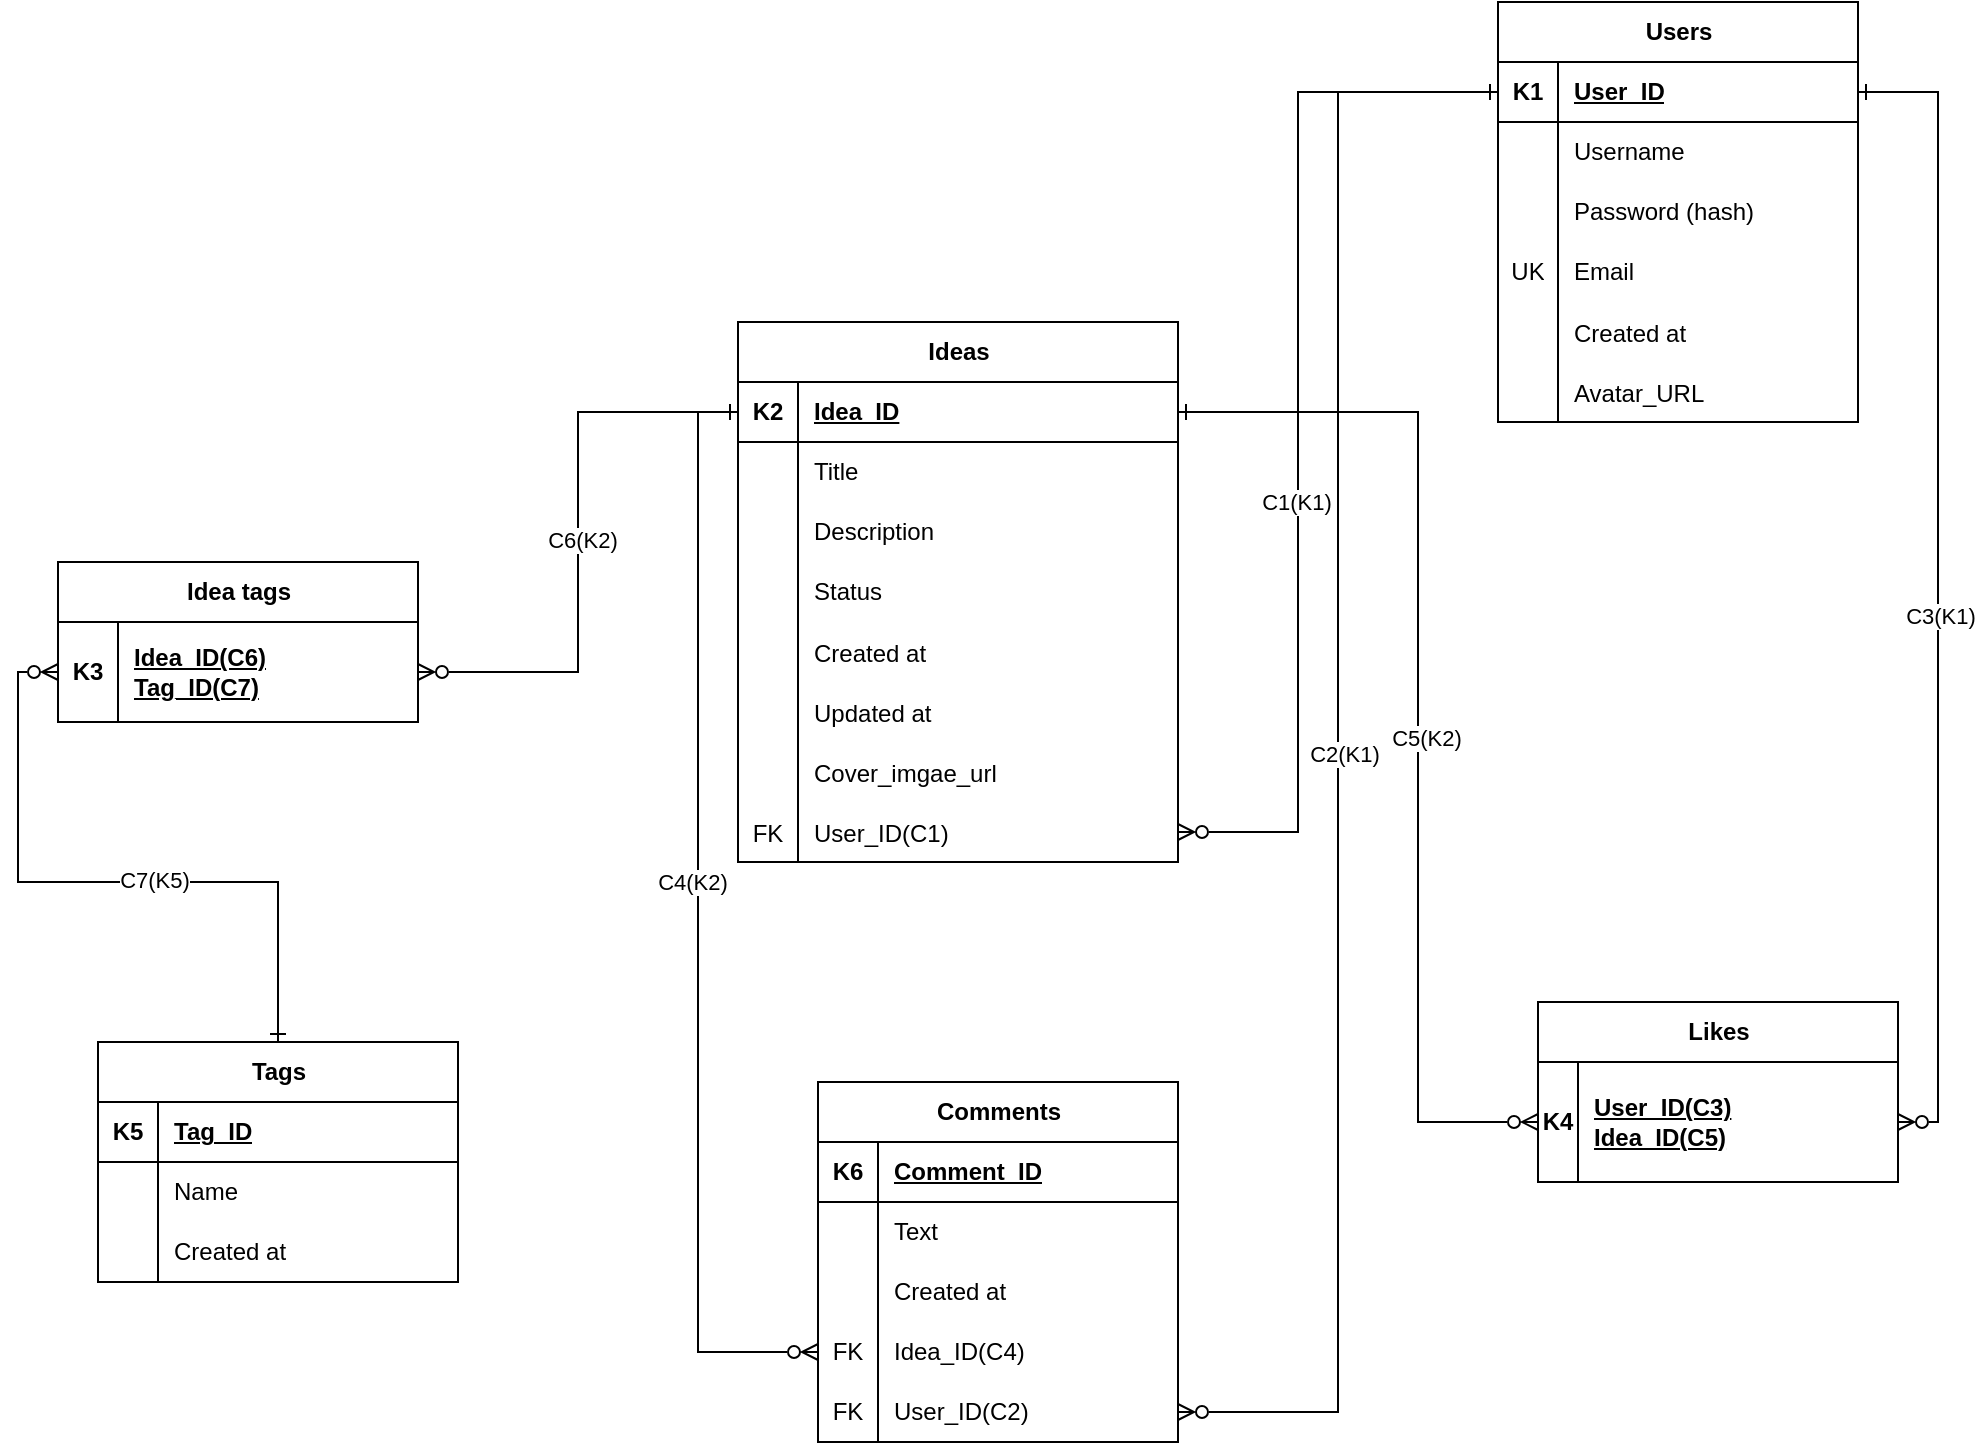
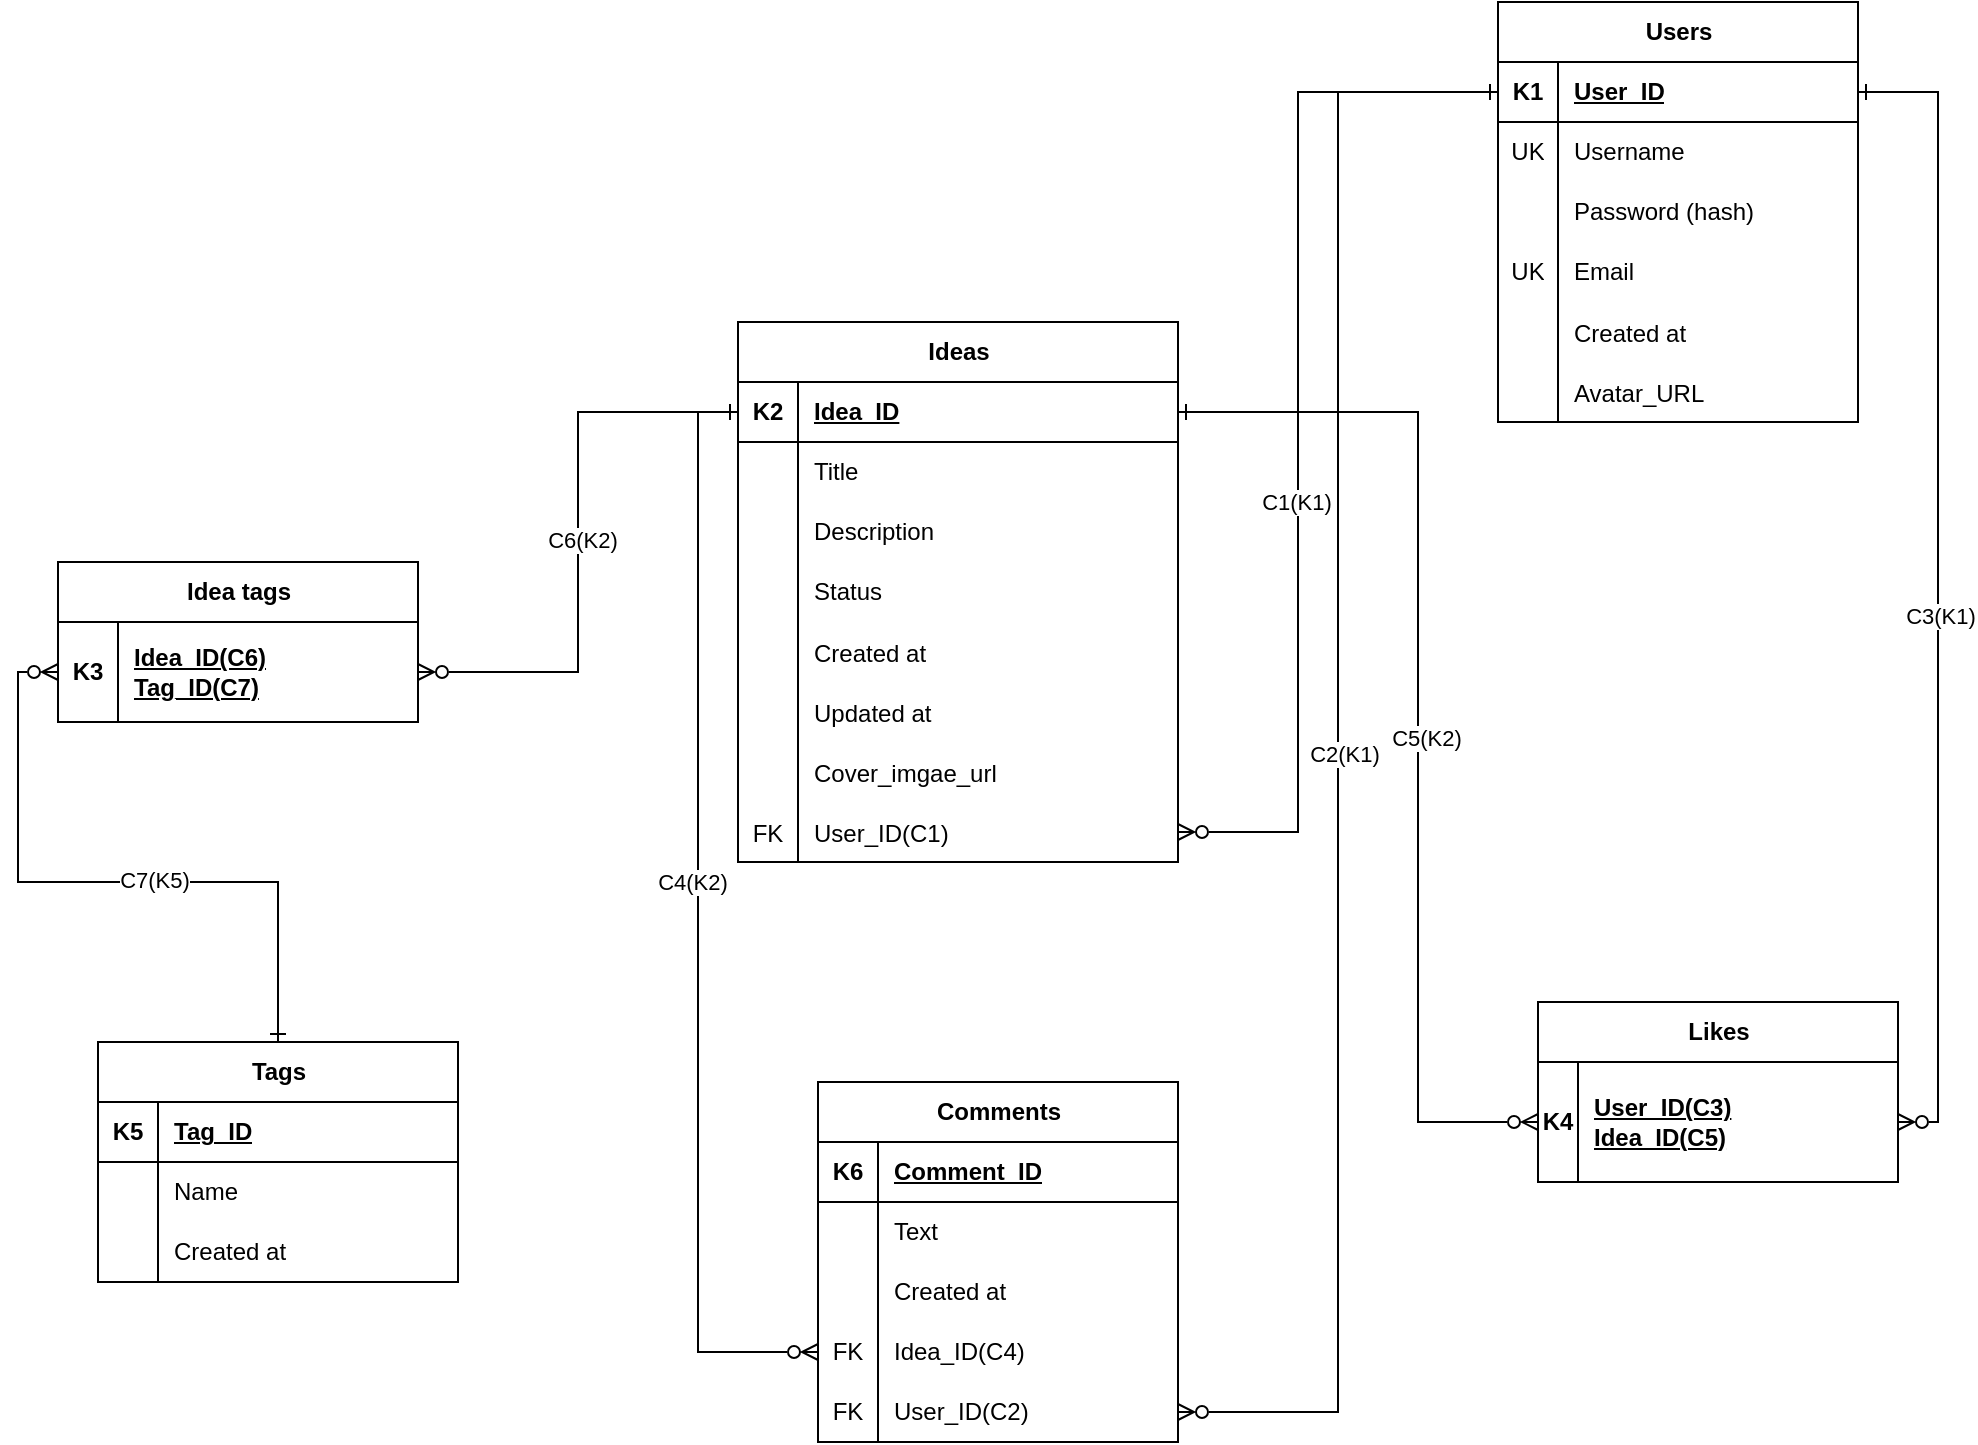
<mxfile host="app.diagrams.net" agent="Mozilla/5.0 (Windows NT 10.0; Win64; x64) AppleWebKit/537.36 (KHTML, like Gecko) Chrome/147.0.0.0 Safari/537.36" version="29.2.9">
  <diagram name="Страница-1" id="KUxmeBA0EKT-fJyrQFCY">
    <mxGraphModel dx="1603" dy="971" grid="1" gridSize="10" guides="1" tooltips="1" connect="1" arrows="1" fold="1" page="1" pageScale="1" pageWidth="4681" pageHeight="3300" math="0" shadow="0">
      <root>
        <mxCell id="0" />
        <mxCell id="1" parent="0" />
        <mxCell id="cc3s2YySv9t79K7tSXIm-1" parent="1" style="shape=table;startSize=30;container=1;collapsible=1;childLayout=tableLayout;fixedRows=1;rowLines=0;fontStyle=1;align=center;resizeLast=1;html=1;" value="Users" vertex="1">
          <mxGeometry height="210" width="180" x="1680" y="470" as="geometry" />
        </mxCell>
        <mxCell id="cc3s2YySv9t79K7tSXIm-2" parent="cc3s2YySv9t79K7tSXIm-1" style="shape=tableRow;horizontal=0;startSize=0;swimlaneHead=0;swimlaneBody=0;fillColor=none;collapsible=0;dropTarget=0;points=[[0,0.5],[1,0.5]];portConstraint=eastwest;top=0;left=0;right=0;bottom=1;" value="" vertex="1">
          <mxGeometry height="30" width="180" y="30" as="geometry" />
        </mxCell>
        <mxCell id="cc3s2YySv9t79K7tSXIm-3" parent="cc3s2YySv9t79K7tSXIm-2" style="shape=partialRectangle;connectable=0;fillColor=none;top=0;left=0;bottom=0;right=0;fontStyle=1;overflow=hidden;whiteSpace=wrap;html=1;" value="K1" vertex="1">
          <mxGeometry height="30" width="30" as="geometry">
            <mxRectangle height="30" width="30" as="alternateBounds" />
          </mxGeometry>
        </mxCell>
        <mxCell id="cc3s2YySv9t79K7tSXIm-4" parent="cc3s2YySv9t79K7tSXIm-2" style="shape=partialRectangle;connectable=0;fillColor=none;top=0;left=0;bottom=0;right=0;align=left;spacingLeft=6;fontStyle=5;overflow=hidden;whiteSpace=wrap;html=1;" value="User_ID" vertex="1">
          <mxGeometry height="30" width="150" x="30" as="geometry">
            <mxRectangle height="30" width="150" as="alternateBounds" />
          </mxGeometry>
        </mxCell>
        <mxCell id="cc3s2YySv9t79K7tSXIm-5" parent="cc3s2YySv9t79K7tSXIm-1" style="shape=tableRow;horizontal=0;startSize=0;swimlaneHead=0;swimlaneBody=0;fillColor=none;collapsible=0;dropTarget=0;points=[[0,0.5],[1,0.5]];portConstraint=eastwest;top=0;left=0;right=0;bottom=0;" value="" vertex="1">
          <mxGeometry height="30" width="180" y="60" as="geometry" />
        </mxCell>
-         <mxCell id="cc3s2YySv9t79K7tSXIm-6" parent="cc3s2YySv9t79K7tSXIm-5" style="shape=partialRectangle;connectable=0;fillColor=none;top=0;left=0;bottom=0;right=0;editable=1;overflow=hidden;whiteSpace=wrap;html=1;" value="" vertex="1">
+         <mxCell id="cc3s2YySv9t79K7tSXIm-6" parent="cc3s2YySv9t79K7tSXIm-5" style="shape=partialRectangle;connectable=0;fillColor=none;top=0;left=0;bottom=0;right=0;editable=1;overflow=hidden;whiteSpace=wrap;html=1;" value="UK" vertex="1">
          <mxGeometry height="30" width="30" as="geometry">
            <mxRectangle height="30" width="30" as="alternateBounds" />
          </mxGeometry>
        </mxCell>
        <mxCell id="cc3s2YySv9t79K7tSXIm-7" parent="cc3s2YySv9t79K7tSXIm-5" style="shape=partialRectangle;connectable=0;fillColor=none;top=0;left=0;bottom=0;right=0;align=left;spacingLeft=6;overflow=hidden;whiteSpace=wrap;html=1;" value="Username" vertex="1">
          <mxGeometry height="30" width="150" x="30" as="geometry">
            <mxRectangle height="30" width="150" as="alternateBounds" />
          </mxGeometry>
        </mxCell>
        <mxCell id="cc3s2YySv9t79K7tSXIm-8" parent="cc3s2YySv9t79K7tSXIm-1" style="shape=tableRow;horizontal=0;startSize=0;swimlaneHead=0;swimlaneBody=0;fillColor=none;collapsible=0;dropTarget=0;points=[[0,0.5],[1,0.5]];portConstraint=eastwest;top=0;left=0;right=0;bottom=0;" value="" vertex="1">
          <mxGeometry height="30" width="180" y="90" as="geometry" />
        </mxCell>
        <mxCell id="cc3s2YySv9t79K7tSXIm-9" parent="cc3s2YySv9t79K7tSXIm-8" style="shape=partialRectangle;connectable=0;fillColor=none;top=0;left=0;bottom=0;right=0;editable=1;overflow=hidden;whiteSpace=wrap;html=1;" value="" vertex="1">
          <mxGeometry height="30" width="30" as="geometry">
            <mxRectangle height="30" width="30" as="alternateBounds" />
          </mxGeometry>
        </mxCell>
        <mxCell id="cc3s2YySv9t79K7tSXIm-10" parent="cc3s2YySv9t79K7tSXIm-8" style="shape=partialRectangle;connectable=0;fillColor=none;top=0;left=0;bottom=0;right=0;align=left;spacingLeft=6;overflow=hidden;whiteSpace=wrap;html=1;" value="Password (hash)" vertex="1">
          <mxGeometry height="30" width="150" x="30" as="geometry">
            <mxRectangle height="30" width="150" as="alternateBounds" />
          </mxGeometry>
        </mxCell>
        <mxCell id="cc3s2YySv9t79K7tSXIm-11" parent="cc3s2YySv9t79K7tSXIm-1" style="shape=tableRow;horizontal=0;startSize=0;swimlaneHead=0;swimlaneBody=0;fillColor=none;collapsible=0;dropTarget=0;points=[[0,0.5],[1,0.5]];portConstraint=eastwest;top=0;left=0;right=0;bottom=0;" value="" vertex="1">
          <mxGeometry height="30" width="180" y="120" as="geometry" />
        </mxCell>
        <mxCell id="cc3s2YySv9t79K7tSXIm-12" parent="cc3s2YySv9t79K7tSXIm-11" style="shape=partialRectangle;connectable=0;fillColor=none;top=0;left=0;bottom=0;right=0;editable=1;overflow=hidden;whiteSpace=wrap;html=1;" value="UK" vertex="1">
          <mxGeometry height="30" width="30" as="geometry">
            <mxRectangle height="30" width="30" as="alternateBounds" />
          </mxGeometry>
        </mxCell>
        <mxCell id="cc3s2YySv9t79K7tSXIm-13" parent="cc3s2YySv9t79K7tSXIm-11" style="shape=partialRectangle;connectable=0;fillColor=none;top=0;left=0;bottom=0;right=0;align=left;spacingLeft=6;overflow=hidden;whiteSpace=wrap;html=1;" value="Email" vertex="1">
          <mxGeometry height="30" width="150" x="30" as="geometry">
            <mxRectangle height="30" width="150" as="alternateBounds" />
          </mxGeometry>
        </mxCell>
        <mxCell id="cc3s2YySv9t79K7tSXIm-14" parent="cc3s2YySv9t79K7tSXIm-1" style="shape=tableRow;horizontal=0;startSize=0;swimlaneHead=0;swimlaneBody=0;fillColor=none;collapsible=0;dropTarget=0;points=[[0,0.5],[1,0.5]];portConstraint=eastwest;top=0;left=0;right=0;bottom=0;" value="" vertex="1">
          <mxGeometry height="30" width="180" y="150" as="geometry" />
        </mxCell>
        <mxCell id="cc3s2YySv9t79K7tSXIm-15" parent="cc3s2YySv9t79K7tSXIm-14" style="shape=partialRectangle;connectable=0;fillColor=none;top=0;left=0;bottom=0;right=0;editable=1;overflow=hidden;" value="" vertex="1">
          <mxGeometry height="30" width="30" as="geometry">
            <mxRectangle height="30" width="30" as="alternateBounds" />
          </mxGeometry>
        </mxCell>
        <mxCell id="cc3s2YySv9t79K7tSXIm-16" parent="cc3s2YySv9t79K7tSXIm-14" style="shape=partialRectangle;connectable=0;fillColor=none;top=0;left=0;bottom=0;right=0;align=left;spacingLeft=6;overflow=hidden;" value="Created at" vertex="1">
          <mxGeometry height="30" width="150" x="30" as="geometry">
            <mxRectangle height="30" width="150" as="alternateBounds" />
          </mxGeometry>
        </mxCell>
        <mxCell id="cc3s2YySv9t79K7tSXIm-78" parent="cc3s2YySv9t79K7tSXIm-1" style="shape=tableRow;horizontal=0;startSize=0;swimlaneHead=0;swimlaneBody=0;fillColor=none;collapsible=0;dropTarget=0;points=[[0,0.5],[1,0.5]];portConstraint=eastwest;top=0;left=0;right=0;bottom=0;" value="" vertex="1">
          <mxGeometry height="30" width="180" y="180" as="geometry" />
        </mxCell>
        <mxCell id="cc3s2YySv9t79K7tSXIm-79" parent="cc3s2YySv9t79K7tSXIm-78" style="shape=partialRectangle;connectable=0;fillColor=none;top=0;left=0;bottom=0;right=0;editable=1;overflow=hidden;" value="" vertex="1">
          <mxGeometry height="30" width="30" as="geometry">
            <mxRectangle height="30" width="30" as="alternateBounds" />
          </mxGeometry>
        </mxCell>
        <mxCell id="cc3s2YySv9t79K7tSXIm-80" parent="cc3s2YySv9t79K7tSXIm-78" style="shape=partialRectangle;connectable=0;fillColor=none;top=0;left=0;bottom=0;right=0;align=left;spacingLeft=6;overflow=hidden;" value="Avatar_URL" vertex="1">
          <mxGeometry height="30" width="150" x="30" as="geometry">
            <mxRectangle height="30" width="150" as="alternateBounds" />
          </mxGeometry>
        </mxCell>
        <mxCell id="cc3s2YySv9t79K7tSXIm-17" parent="1" style="shape=table;startSize=30;container=1;collapsible=1;childLayout=tableLayout;fixedRows=1;rowLines=0;fontStyle=1;align=center;resizeLast=1;html=1;" value="Ideas" vertex="1">
          <mxGeometry height="270" width="220" x="1300" y="630" as="geometry" />
        </mxCell>
        <mxCell id="cc3s2YySv9t79K7tSXIm-18" parent="cc3s2YySv9t79K7tSXIm-17" style="shape=tableRow;horizontal=0;startSize=0;swimlaneHead=0;swimlaneBody=0;fillColor=none;collapsible=0;dropTarget=0;points=[[0,0.5],[1,0.5]];portConstraint=eastwest;top=0;left=0;right=0;bottom=1;" value="" vertex="1">
          <mxGeometry height="30" width="220" y="30" as="geometry" />
        </mxCell>
        <mxCell id="cc3s2YySv9t79K7tSXIm-19" parent="cc3s2YySv9t79K7tSXIm-18" style="shape=partialRectangle;connectable=0;fillColor=none;top=0;left=0;bottom=0;right=0;fontStyle=1;overflow=hidden;whiteSpace=wrap;html=1;" value="K2" vertex="1">
          <mxGeometry height="30" width="30" as="geometry">
            <mxRectangle height="30" width="30" as="alternateBounds" />
          </mxGeometry>
        </mxCell>
        <mxCell id="cc3s2YySv9t79K7tSXIm-20" parent="cc3s2YySv9t79K7tSXIm-18" style="shape=partialRectangle;connectable=0;fillColor=none;top=0;left=0;bottom=0;right=0;align=left;spacingLeft=6;fontStyle=5;overflow=hidden;whiteSpace=wrap;html=1;" value="Idea_ID" vertex="1">
          <mxGeometry height="30" width="190" x="30" as="geometry">
            <mxRectangle height="30" width="190" as="alternateBounds" />
          </mxGeometry>
        </mxCell>
        <mxCell id="cc3s2YySv9t79K7tSXIm-21" parent="cc3s2YySv9t79K7tSXIm-17" style="shape=tableRow;horizontal=0;startSize=0;swimlaneHead=0;swimlaneBody=0;fillColor=none;collapsible=0;dropTarget=0;points=[[0,0.5],[1,0.5]];portConstraint=eastwest;top=0;left=0;right=0;bottom=0;" value="" vertex="1">
          <mxGeometry height="30" width="220" y="60" as="geometry" />
        </mxCell>
        <mxCell id="cc3s2YySv9t79K7tSXIm-22" parent="cc3s2YySv9t79K7tSXIm-21" style="shape=partialRectangle;connectable=0;fillColor=none;top=0;left=0;bottom=0;right=0;editable=1;overflow=hidden;whiteSpace=wrap;html=1;" value="" vertex="1">
          <mxGeometry height="30" width="30" as="geometry">
            <mxRectangle height="30" width="30" as="alternateBounds" />
          </mxGeometry>
        </mxCell>
        <mxCell id="cc3s2YySv9t79K7tSXIm-23" parent="cc3s2YySv9t79K7tSXIm-21" style="shape=partialRectangle;connectable=0;fillColor=none;top=0;left=0;bottom=0;right=0;align=left;spacingLeft=6;overflow=hidden;whiteSpace=wrap;html=1;" value="Title" vertex="1">
          <mxGeometry height="30" width="190" x="30" as="geometry">
            <mxRectangle height="30" width="190" as="alternateBounds" />
          </mxGeometry>
        </mxCell>
        <mxCell id="cc3s2YySv9t79K7tSXIm-24" parent="cc3s2YySv9t79K7tSXIm-17" style="shape=tableRow;horizontal=0;startSize=0;swimlaneHead=0;swimlaneBody=0;fillColor=none;collapsible=0;dropTarget=0;points=[[0,0.5],[1,0.5]];portConstraint=eastwest;top=0;left=0;right=0;bottom=0;" value="" vertex="1">
          <mxGeometry height="30" width="220" y="90" as="geometry" />
        </mxCell>
        <mxCell id="cc3s2YySv9t79K7tSXIm-25" parent="cc3s2YySv9t79K7tSXIm-24" style="shape=partialRectangle;connectable=0;fillColor=none;top=0;left=0;bottom=0;right=0;editable=1;overflow=hidden;whiteSpace=wrap;html=1;" value="" vertex="1">
          <mxGeometry height="30" width="30" as="geometry">
            <mxRectangle height="30" width="30" as="alternateBounds" />
          </mxGeometry>
        </mxCell>
        <mxCell id="cc3s2YySv9t79K7tSXIm-26" parent="cc3s2YySv9t79K7tSXIm-24" style="shape=partialRectangle;connectable=0;fillColor=none;top=0;left=0;bottom=0;right=0;align=left;spacingLeft=6;overflow=hidden;whiteSpace=wrap;html=1;" value="Description" vertex="1">
          <mxGeometry height="30" width="190" x="30" as="geometry">
            <mxRectangle height="30" width="190" as="alternateBounds" />
          </mxGeometry>
        </mxCell>
        <mxCell id="cc3s2YySv9t79K7tSXIm-27" parent="cc3s2YySv9t79K7tSXIm-17" style="shape=tableRow;horizontal=0;startSize=0;swimlaneHead=0;swimlaneBody=0;fillColor=none;collapsible=0;dropTarget=0;points=[[0,0.5],[1,0.5]];portConstraint=eastwest;top=0;left=0;right=0;bottom=0;" value="" vertex="1">
          <mxGeometry height="30" width="220" y="120" as="geometry" />
        </mxCell>
        <mxCell id="cc3s2YySv9t79K7tSXIm-28" parent="cc3s2YySv9t79K7tSXIm-27" style="shape=partialRectangle;connectable=0;fillColor=none;top=0;left=0;bottom=0;right=0;editable=1;overflow=hidden;whiteSpace=wrap;html=1;" value="" vertex="1">
          <mxGeometry height="30" width="30" as="geometry">
            <mxRectangle height="30" width="30" as="alternateBounds" />
          </mxGeometry>
        </mxCell>
        <mxCell id="cc3s2YySv9t79K7tSXIm-29" parent="cc3s2YySv9t79K7tSXIm-27" style="shape=partialRectangle;connectable=0;fillColor=none;top=0;left=0;bottom=0;right=0;align=left;spacingLeft=6;overflow=hidden;whiteSpace=wrap;html=1;" value="Status" vertex="1">
          <mxGeometry height="30" width="190" x="30" as="geometry">
            <mxRectangle height="30" width="190" as="alternateBounds" />
          </mxGeometry>
        </mxCell>
        <mxCell id="cc3s2YySv9t79K7tSXIm-30" parent="cc3s2YySv9t79K7tSXIm-17" style="shape=tableRow;horizontal=0;startSize=0;swimlaneHead=0;swimlaneBody=0;fillColor=none;collapsible=0;dropTarget=0;points=[[0,0.5],[1,0.5]];portConstraint=eastwest;top=0;left=0;right=0;bottom=0;" value="" vertex="1">
          <mxGeometry height="30" width="220" y="150" as="geometry" />
        </mxCell>
        <mxCell id="cc3s2YySv9t79K7tSXIm-31" parent="cc3s2YySv9t79K7tSXIm-30" style="shape=partialRectangle;connectable=0;fillColor=none;top=0;left=0;bottom=0;right=0;editable=1;overflow=hidden;" value="" vertex="1">
          <mxGeometry height="30" width="30" as="geometry">
            <mxRectangle height="30" width="30" as="alternateBounds" />
          </mxGeometry>
        </mxCell>
        <mxCell id="cc3s2YySv9t79K7tSXIm-32" parent="cc3s2YySv9t79K7tSXIm-30" style="shape=partialRectangle;connectable=0;fillColor=none;top=0;left=0;bottom=0;right=0;align=left;spacingLeft=6;overflow=hidden;" value="Created at" vertex="1">
          <mxGeometry height="30" width="190" x="30" as="geometry">
            <mxRectangle height="30" width="190" as="alternateBounds" />
          </mxGeometry>
        </mxCell>
        <mxCell id="cc3s2YySv9t79K7tSXIm-33" parent="cc3s2YySv9t79K7tSXIm-17" style="shape=tableRow;horizontal=0;startSize=0;swimlaneHead=0;swimlaneBody=0;fillColor=none;collapsible=0;dropTarget=0;points=[[0,0.5],[1,0.5]];portConstraint=eastwest;top=0;left=0;right=0;bottom=0;" value="" vertex="1">
          <mxGeometry height="30" width="220" y="180" as="geometry" />
        </mxCell>
        <mxCell id="cc3s2YySv9t79K7tSXIm-34" parent="cc3s2YySv9t79K7tSXIm-33" style="shape=partialRectangle;connectable=0;fillColor=none;top=0;left=0;bottom=0;right=0;editable=1;overflow=hidden;" value="" vertex="1">
          <mxGeometry height="30" width="30" as="geometry">
            <mxRectangle height="30" width="30" as="alternateBounds" />
          </mxGeometry>
        </mxCell>
        <mxCell id="cc3s2YySv9t79K7tSXIm-35" parent="cc3s2YySv9t79K7tSXIm-33" style="shape=partialRectangle;connectable=0;fillColor=none;top=0;left=0;bottom=0;right=0;align=left;spacingLeft=6;overflow=hidden;" value="Updated at" vertex="1">
          <mxGeometry height="30" width="190" x="30" as="geometry">
            <mxRectangle height="30" width="190" as="alternateBounds" />
          </mxGeometry>
        </mxCell>
        <mxCell id="cc3s2YySv9t79K7tSXIm-81" parent="cc3s2YySv9t79K7tSXIm-17" style="shape=tableRow;horizontal=0;startSize=0;swimlaneHead=0;swimlaneBody=0;fillColor=none;collapsible=0;dropTarget=0;points=[[0,0.5],[1,0.5]];portConstraint=eastwest;top=0;left=0;right=0;bottom=0;" value="" vertex="1">
          <mxGeometry height="30" width="220" y="210" as="geometry" />
        </mxCell>
        <mxCell id="cc3s2YySv9t79K7tSXIm-82" parent="cc3s2YySv9t79K7tSXIm-81" style="shape=partialRectangle;connectable=0;fillColor=none;top=0;left=0;bottom=0;right=0;editable=1;overflow=hidden;" value="" vertex="1">
          <mxGeometry height="30" width="30" as="geometry">
            <mxRectangle height="30" width="30" as="alternateBounds" />
          </mxGeometry>
        </mxCell>
        <mxCell id="cc3s2YySv9t79K7tSXIm-83" parent="cc3s2YySv9t79K7tSXIm-81" style="shape=partialRectangle;connectable=0;fillColor=none;top=0;left=0;bottom=0;right=0;align=left;spacingLeft=6;overflow=hidden;" value="Cover_imgae_url" vertex="1">
          <mxGeometry height="30" width="190" x="30" as="geometry">
            <mxRectangle height="30" width="190" as="alternateBounds" />
          </mxGeometry>
        </mxCell>
        <mxCell id="cc3s2YySv9t79K7tSXIm-36" parent="cc3s2YySv9t79K7tSXIm-17" style="shape=tableRow;horizontal=0;startSize=0;swimlaneHead=0;swimlaneBody=0;fillColor=none;collapsible=0;dropTarget=0;points=[[0,0.5],[1,0.5]];portConstraint=eastwest;top=0;left=0;right=0;bottom=0;" value="" vertex="1">
          <mxGeometry height="30" width="220" y="240" as="geometry" />
        </mxCell>
        <mxCell id="cc3s2YySv9t79K7tSXIm-37" parent="cc3s2YySv9t79K7tSXIm-36" style="shape=partialRectangle;connectable=0;fillColor=none;top=0;left=0;bottom=0;right=0;editable=1;overflow=hidden;" value="FK" vertex="1">
          <mxGeometry height="30" width="30" as="geometry">
            <mxRectangle height="30" width="30" as="alternateBounds" />
          </mxGeometry>
        </mxCell>
        <mxCell id="cc3s2YySv9t79K7tSXIm-38" parent="cc3s2YySv9t79K7tSXIm-36" style="shape=partialRectangle;connectable=0;fillColor=none;top=0;left=0;bottom=0;right=0;align=left;spacingLeft=6;overflow=hidden;" value="User_ID(C1)" vertex="1">
          <mxGeometry height="30" width="190" x="30" as="geometry">
            <mxRectangle height="30" width="190" as="alternateBounds" />
          </mxGeometry>
        </mxCell>
        <mxCell id="cc3s2YySv9t79K7tSXIm-39" parent="1" style="shape=table;startSize=30;container=1;collapsible=1;childLayout=tableLayout;fixedRows=1;rowLines=0;fontStyle=1;align=center;resizeLast=1;html=1;" value="Idea tags" vertex="1">
          <mxGeometry height="80" width="180" x="960" y="750" as="geometry" />
        </mxCell>
        <mxCell id="cc3s2YySv9t79K7tSXIm-40" parent="cc3s2YySv9t79K7tSXIm-39" style="shape=tableRow;horizontal=0;startSize=0;swimlaneHead=0;swimlaneBody=0;fillColor=none;collapsible=0;dropTarget=0;points=[[0,0.5],[1,0.5]];portConstraint=eastwest;top=0;left=0;right=0;bottom=1;" value="" vertex="1">
          <mxGeometry height="50" width="180" y="30" as="geometry" />
        </mxCell>
        <mxCell id="cc3s2YySv9t79K7tSXIm-41" parent="cc3s2YySv9t79K7tSXIm-40" style="shape=partialRectangle;connectable=0;fillColor=none;top=0;left=0;bottom=0;right=0;fontStyle=1;overflow=hidden;whiteSpace=wrap;html=1;" value="K3" vertex="1">
          <mxGeometry height="50" width="30" as="geometry">
            <mxRectangle height="50" width="30" as="alternateBounds" />
          </mxGeometry>
        </mxCell>
        <mxCell id="cc3s2YySv9t79K7tSXIm-42" parent="cc3s2YySv9t79K7tSXIm-40" style="shape=partialRectangle;connectable=0;fillColor=none;top=0;left=0;bottom=0;right=0;align=left;spacingLeft=6;fontStyle=5;overflow=hidden;whiteSpace=wrap;html=1;" value="Idea_ID(C6)&lt;br&gt;Tag_ID(C7)" vertex="1">
          <mxGeometry height="50" width="150" x="30" as="geometry">
            <mxRectangle height="50" width="150" as="alternateBounds" />
          </mxGeometry>
        </mxCell>
        <mxCell id="cc3s2YySv9t79K7tSXIm-123" edge="1" parent="1" source="cc3s2YySv9t79K7tSXIm-52" style="edgeStyle=orthogonalEdgeStyle;rounded=0;orthogonalLoop=1;jettySize=auto;html=1;entryX=0;entryY=0.5;entryDx=0;entryDy=0;startArrow=ERone;startFill=0;endArrow=ERzeroToMany;endFill=0;" target="cc3s2YySv9t79K7tSXIm-40">
          <mxGeometry relative="1" as="geometry" />
        </mxCell>
        <mxCell id="cc3s2YySv9t79K7tSXIm-137" connectable="0" parent="cc3s2YySv9t79K7tSXIm-123" style="edgeLabel;html=1;align=center;verticalAlign=middle;resizable=0;points=[];" value="C7(K5)" vertex="1">
          <mxGeometry relative="1" x="-0.1486" y="-1" as="geometry">
            <mxPoint as="offset" />
          </mxGeometry>
        </mxCell>
        <mxCell id="cc3s2YySv9t79K7tSXIm-52" parent="1" style="shape=table;startSize=30;container=1;collapsible=1;childLayout=tableLayout;fixedRows=1;rowLines=0;fontStyle=1;align=center;resizeLast=1;html=1;" value="Tags" vertex="1">
          <mxGeometry height="120" width="180" x="980" y="990" as="geometry" />
        </mxCell>
        <mxCell id="cc3s2YySv9t79K7tSXIm-53" parent="cc3s2YySv9t79K7tSXIm-52" style="shape=tableRow;horizontal=0;startSize=0;swimlaneHead=0;swimlaneBody=0;fillColor=none;collapsible=0;dropTarget=0;points=[[0,0.5],[1,0.5]];portConstraint=eastwest;top=0;left=0;right=0;bottom=1;" value="" vertex="1">
          <mxGeometry height="30" width="180" y="30" as="geometry" />
        </mxCell>
        <mxCell id="cc3s2YySv9t79K7tSXIm-54" parent="cc3s2YySv9t79K7tSXIm-53" style="shape=partialRectangle;connectable=0;fillColor=none;top=0;left=0;bottom=0;right=0;fontStyle=1;overflow=hidden;whiteSpace=wrap;html=1;" value="K5" vertex="1">
          <mxGeometry height="30" width="30" as="geometry">
            <mxRectangle height="30" width="30" as="alternateBounds" />
          </mxGeometry>
        </mxCell>
        <mxCell id="cc3s2YySv9t79K7tSXIm-55" parent="cc3s2YySv9t79K7tSXIm-53" style="shape=partialRectangle;connectable=0;fillColor=none;top=0;left=0;bottom=0;right=0;align=left;spacingLeft=6;fontStyle=5;overflow=hidden;whiteSpace=wrap;html=1;" value="Tag_ID" vertex="1">
          <mxGeometry height="30" width="150" x="30" as="geometry">
            <mxRectangle height="30" width="150" as="alternateBounds" />
          </mxGeometry>
        </mxCell>
        <mxCell id="cc3s2YySv9t79K7tSXIm-56" parent="cc3s2YySv9t79K7tSXIm-52" style="shape=tableRow;horizontal=0;startSize=0;swimlaneHead=0;swimlaneBody=0;fillColor=none;collapsible=0;dropTarget=0;points=[[0,0.5],[1,0.5]];portConstraint=eastwest;top=0;left=0;right=0;bottom=0;" value="" vertex="1">
          <mxGeometry height="30" width="180" y="60" as="geometry" />
        </mxCell>
        <mxCell id="cc3s2YySv9t79K7tSXIm-57" parent="cc3s2YySv9t79K7tSXIm-56" style="shape=partialRectangle;connectable=0;fillColor=none;top=0;left=0;bottom=0;right=0;editable=1;overflow=hidden;whiteSpace=wrap;html=1;" value="" vertex="1">
          <mxGeometry height="30" width="30" as="geometry">
            <mxRectangle height="30" width="30" as="alternateBounds" />
          </mxGeometry>
        </mxCell>
        <mxCell id="cc3s2YySv9t79K7tSXIm-58" parent="cc3s2YySv9t79K7tSXIm-56" style="shape=partialRectangle;connectable=0;fillColor=none;top=0;left=0;bottom=0;right=0;align=left;spacingLeft=6;overflow=hidden;whiteSpace=wrap;html=1;" value="Name" vertex="1">
          <mxGeometry height="30" width="150" x="30" as="geometry">
            <mxRectangle height="30" width="150" as="alternateBounds" />
          </mxGeometry>
        </mxCell>
        <mxCell id="cc3s2YySv9t79K7tSXIm-59" parent="cc3s2YySv9t79K7tSXIm-52" style="shape=tableRow;horizontal=0;startSize=0;swimlaneHead=0;swimlaneBody=0;fillColor=none;collapsible=0;dropTarget=0;points=[[0,0.5],[1,0.5]];portConstraint=eastwest;top=0;left=0;right=0;bottom=0;" value="" vertex="1">
          <mxGeometry height="30" width="180" y="90" as="geometry" />
        </mxCell>
        <mxCell id="cc3s2YySv9t79K7tSXIm-60" parent="cc3s2YySv9t79K7tSXIm-59" style="shape=partialRectangle;connectable=0;fillColor=none;top=0;left=0;bottom=0;right=0;editable=1;overflow=hidden;whiteSpace=wrap;html=1;" value="" vertex="1">
          <mxGeometry height="30" width="30" as="geometry">
            <mxRectangle height="30" width="30" as="alternateBounds" />
          </mxGeometry>
        </mxCell>
        <mxCell id="cc3s2YySv9t79K7tSXIm-61" parent="cc3s2YySv9t79K7tSXIm-59" style="shape=partialRectangle;connectable=0;fillColor=none;top=0;left=0;bottom=0;right=0;align=left;spacingLeft=6;overflow=hidden;whiteSpace=wrap;html=1;" value="Created at" vertex="1">
          <mxGeometry height="30" width="150" x="30" as="geometry">
            <mxRectangle height="30" width="150" as="alternateBounds" />
          </mxGeometry>
        </mxCell>
        <mxCell id="cc3s2YySv9t79K7tSXIm-65" parent="1" style="shape=table;startSize=30;container=1;collapsible=1;childLayout=tableLayout;fixedRows=1;rowLines=0;fontStyle=1;align=center;resizeLast=1;html=1;" value="Likes" vertex="1">
          <mxGeometry height="90" width="180" x="1700" y="970" as="geometry" />
        </mxCell>
        <mxCell id="cc3s2YySv9t79K7tSXIm-66" parent="cc3s2YySv9t79K7tSXIm-65" style="shape=tableRow;horizontal=0;startSize=0;swimlaneHead=0;swimlaneBody=0;fillColor=none;collapsible=0;dropTarget=0;points=[[0,0.5],[1,0.5]];portConstraint=eastwest;top=0;left=0;right=0;bottom=1;" value="" vertex="1">
          <mxGeometry height="60" width="180" y="30" as="geometry" />
        </mxCell>
        <mxCell id="cc3s2YySv9t79K7tSXIm-67" parent="cc3s2YySv9t79K7tSXIm-66" style="shape=partialRectangle;connectable=0;fillColor=none;top=0;left=0;bottom=0;right=0;fontStyle=1;overflow=hidden;whiteSpace=wrap;html=1;" value="K4" vertex="1">
          <mxGeometry height="60" width="20" as="geometry">
            <mxRectangle height="60" width="20" as="alternateBounds" />
          </mxGeometry>
        </mxCell>
        <mxCell id="cc3s2YySv9t79K7tSXIm-68" parent="cc3s2YySv9t79K7tSXIm-66" style="shape=partialRectangle;connectable=0;fillColor=none;top=0;left=0;bottom=0;right=0;align=left;spacingLeft=6;fontStyle=5;overflow=hidden;whiteSpace=wrap;html=1;" value="User_ID(C3)&lt;br&gt;Idea_ID(C5)" vertex="1">
          <mxGeometry height="60" width="160" x="20" as="geometry">
            <mxRectangle height="60" width="160" as="alternateBounds" />
          </mxGeometry>
        </mxCell>
        <mxCell id="cc3s2YySv9t79K7tSXIm-104" edge="1" parent="1" source="cc3s2YySv9t79K7tSXIm-2" style="edgeStyle=orthogonalEdgeStyle;rounded=0;orthogonalLoop=1;jettySize=auto;html=1;entryX=1;entryY=0.5;entryDx=0;entryDy=0;endArrow=ERzeroToMany;endFill=0;startArrow=ERone;startFill=0;" target="cc3s2YySv9t79K7tSXIm-66">
          <mxGeometry relative="1" as="geometry" />
        </mxCell>
        <mxCell id="cc3s2YySv9t79K7tSXIm-133" connectable="0" parent="cc3s2YySv9t79K7tSXIm-104" style="edgeLabel;html=1;align=center;verticalAlign=middle;resizable=0;points=[];" value="C3(K1)" vertex="1">
          <mxGeometry relative="1" x="0.0456" y="1" as="geometry">
            <mxPoint y="1" as="offset" />
          </mxGeometry>
        </mxCell>
        <mxCell id="cc3s2YySv9t79K7tSXIm-105" edge="1" parent="1" source="cc3s2YySv9t79K7tSXIm-2" style="edgeStyle=orthogonalEdgeStyle;rounded=0;orthogonalLoop=1;jettySize=auto;html=1;entryX=1;entryY=0.5;entryDx=0;entryDy=0;startArrow=ERone;startFill=0;endArrow=ERzeroToMany;endFill=0;" target="cc3s2YySv9t79K7tSXIm-36">
          <mxGeometry relative="1" as="geometry">
            <Array as="points">
              <mxPoint x="1580" y="515" />
              <mxPoint x="1580" y="885" />
            </Array>
          </mxGeometry>
        </mxCell>
        <mxCell id="cc3s2YySv9t79K7tSXIm-131" connectable="0" parent="cc3s2YySv9t79K7tSXIm-105" style="edgeLabel;html=1;align=center;verticalAlign=middle;resizable=0;points=[];" value="C1(K1)" vertex="1">
          <mxGeometry relative="1" x="0.1485" y="-1" as="geometry">
            <mxPoint as="offset" />
          </mxGeometry>
        </mxCell>
        <mxCell id="cc3s2YySv9t79K7tSXIm-106" parent="1" style="shape=table;startSize=30;container=1;collapsible=1;childLayout=tableLayout;fixedRows=1;rowLines=0;fontStyle=1;align=center;resizeLast=1;html=1;" value="Comments" vertex="1">
          <mxGeometry height="180" width="180" x="1340" y="1010" as="geometry" />
        </mxCell>
        <mxCell id="cc3s2YySv9t79K7tSXIm-107" parent="cc3s2YySv9t79K7tSXIm-106" style="shape=tableRow;horizontal=0;startSize=0;swimlaneHead=0;swimlaneBody=0;fillColor=none;collapsible=0;dropTarget=0;points=[[0,0.5],[1,0.5]];portConstraint=eastwest;top=0;left=0;right=0;bottom=1;" value="" vertex="1">
          <mxGeometry height="30" width="180" y="30" as="geometry" />
        </mxCell>
        <mxCell id="cc3s2YySv9t79K7tSXIm-108" parent="cc3s2YySv9t79K7tSXIm-107" style="shape=partialRectangle;connectable=0;fillColor=none;top=0;left=0;bottom=0;right=0;fontStyle=1;overflow=hidden;whiteSpace=wrap;html=1;" value="K6" vertex="1">
          <mxGeometry height="30" width="30" as="geometry">
            <mxRectangle height="30" width="30" as="alternateBounds" />
          </mxGeometry>
        </mxCell>
        <mxCell id="cc3s2YySv9t79K7tSXIm-109" parent="cc3s2YySv9t79K7tSXIm-107" style="shape=partialRectangle;connectable=0;fillColor=none;top=0;left=0;bottom=0;right=0;align=left;spacingLeft=6;fontStyle=5;overflow=hidden;whiteSpace=wrap;html=1;" value="Comment_ID" vertex="1">
          <mxGeometry height="30" width="150" x="30" as="geometry">
            <mxRectangle height="30" width="150" as="alternateBounds" />
          </mxGeometry>
        </mxCell>
        <mxCell id="cc3s2YySv9t79K7tSXIm-110" parent="cc3s2YySv9t79K7tSXIm-106" style="shape=tableRow;horizontal=0;startSize=0;swimlaneHead=0;swimlaneBody=0;fillColor=none;collapsible=0;dropTarget=0;points=[[0,0.5],[1,0.5]];portConstraint=eastwest;top=0;left=0;right=0;bottom=0;" value="" vertex="1">
          <mxGeometry height="30" width="180" y="60" as="geometry" />
        </mxCell>
        <mxCell id="cc3s2YySv9t79K7tSXIm-111" parent="cc3s2YySv9t79K7tSXIm-110" style="shape=partialRectangle;connectable=0;fillColor=none;top=0;left=0;bottom=0;right=0;editable=1;overflow=hidden;whiteSpace=wrap;html=1;" value="" vertex="1">
          <mxGeometry height="30" width="30" as="geometry">
            <mxRectangle height="30" width="30" as="alternateBounds" />
          </mxGeometry>
        </mxCell>
        <mxCell id="cc3s2YySv9t79K7tSXIm-112" parent="cc3s2YySv9t79K7tSXIm-110" style="shape=partialRectangle;connectable=0;fillColor=none;top=0;left=0;bottom=0;right=0;align=left;spacingLeft=6;overflow=hidden;whiteSpace=wrap;html=1;" value="Text" vertex="1">
          <mxGeometry height="30" width="150" x="30" as="geometry">
            <mxRectangle height="30" width="150" as="alternateBounds" />
          </mxGeometry>
        </mxCell>
        <mxCell id="cc3s2YySv9t79K7tSXIm-113" parent="cc3s2YySv9t79K7tSXIm-106" style="shape=tableRow;horizontal=0;startSize=0;swimlaneHead=0;swimlaneBody=0;fillColor=none;collapsible=0;dropTarget=0;points=[[0,0.5],[1,0.5]];portConstraint=eastwest;top=0;left=0;right=0;bottom=0;" value="" vertex="1">
          <mxGeometry height="30" width="180" y="90" as="geometry" />
        </mxCell>
        <mxCell id="cc3s2YySv9t79K7tSXIm-114" parent="cc3s2YySv9t79K7tSXIm-113" style="shape=partialRectangle;connectable=0;fillColor=none;top=0;left=0;bottom=0;right=0;editable=1;overflow=hidden;whiteSpace=wrap;html=1;" value="" vertex="1">
          <mxGeometry height="30" width="30" as="geometry">
            <mxRectangle height="30" width="30" as="alternateBounds" />
          </mxGeometry>
        </mxCell>
        <mxCell id="cc3s2YySv9t79K7tSXIm-115" parent="cc3s2YySv9t79K7tSXIm-113" style="shape=partialRectangle;connectable=0;fillColor=none;top=0;left=0;bottom=0;right=0;align=left;spacingLeft=6;overflow=hidden;whiteSpace=wrap;html=1;" value="Created at" vertex="1">
          <mxGeometry height="30" width="150" x="30" as="geometry">
            <mxRectangle height="30" width="150" as="alternateBounds" />
          </mxGeometry>
        </mxCell>
        <mxCell id="cc3s2YySv9t79K7tSXIm-116" parent="cc3s2YySv9t79K7tSXIm-106" style="shape=tableRow;horizontal=0;startSize=0;swimlaneHead=0;swimlaneBody=0;fillColor=none;collapsible=0;dropTarget=0;points=[[0,0.5],[1,0.5]];portConstraint=eastwest;top=0;left=0;right=0;bottom=0;" value="" vertex="1">
          <mxGeometry height="30" width="180" y="120" as="geometry" />
        </mxCell>
        <mxCell id="cc3s2YySv9t79K7tSXIm-117" parent="cc3s2YySv9t79K7tSXIm-116" style="shape=partialRectangle;connectable=0;fillColor=none;top=0;left=0;bottom=0;right=0;editable=1;overflow=hidden;whiteSpace=wrap;html=1;" value="FK" vertex="1">
          <mxGeometry height="30" width="30" as="geometry">
            <mxRectangle height="30" width="30" as="alternateBounds" />
          </mxGeometry>
        </mxCell>
        <mxCell id="cc3s2YySv9t79K7tSXIm-118" parent="cc3s2YySv9t79K7tSXIm-116" style="shape=partialRectangle;connectable=0;fillColor=none;top=0;left=0;bottom=0;right=0;align=left;spacingLeft=6;overflow=hidden;whiteSpace=wrap;html=1;" value="Idea_ID(C4)" vertex="1">
          <mxGeometry height="30" width="150" x="30" as="geometry">
            <mxRectangle height="30" width="150" as="alternateBounds" />
          </mxGeometry>
        </mxCell>
        <mxCell id="cc3s2YySv9t79K7tSXIm-119" parent="cc3s2YySv9t79K7tSXIm-106" style="shape=tableRow;horizontal=0;startSize=0;swimlaneHead=0;swimlaneBody=0;fillColor=none;collapsible=0;dropTarget=0;points=[[0,0.5],[1,0.5]];portConstraint=eastwest;top=0;left=0;right=0;bottom=0;" value="" vertex="1">
          <mxGeometry height="30" width="180" y="150" as="geometry" />
        </mxCell>
        <mxCell id="cc3s2YySv9t79K7tSXIm-120" parent="cc3s2YySv9t79K7tSXIm-119" style="shape=partialRectangle;connectable=0;fillColor=none;top=0;left=0;bottom=0;right=0;fontStyle=0;overflow=hidden;whiteSpace=wrap;html=1;" value="FK" vertex="1">
          <mxGeometry height="30" width="30" as="geometry">
            <mxRectangle height="30" width="30" as="alternateBounds" />
          </mxGeometry>
        </mxCell>
        <mxCell id="cc3s2YySv9t79K7tSXIm-121" parent="cc3s2YySv9t79K7tSXIm-119" style="shape=partialRectangle;connectable=0;fillColor=none;top=0;left=0;bottom=0;right=0;align=left;spacingLeft=6;fontStyle=0;overflow=hidden;whiteSpace=wrap;html=1;" value="User_ID(C2)" vertex="1">
          <mxGeometry height="30" width="150" x="30" as="geometry">
            <mxRectangle height="30" width="150" as="alternateBounds" />
          </mxGeometry>
        </mxCell>
        <mxCell id="cc3s2YySv9t79K7tSXIm-125" edge="1" parent="1" source="cc3s2YySv9t79K7tSXIm-18" style="edgeStyle=orthogonalEdgeStyle;rounded=0;orthogonalLoop=1;jettySize=auto;html=1;entryX=1;entryY=0.5;entryDx=0;entryDy=0;startArrow=ERone;startFill=0;endArrow=ERzeroToMany;endFill=0;" target="cc3s2YySv9t79K7tSXIm-40">
          <mxGeometry relative="1" as="geometry" />
        </mxCell>
        <mxCell id="cc3s2YySv9t79K7tSXIm-136" connectable="0" parent="cc3s2YySv9t79K7tSXIm-125" style="edgeLabel;html=1;align=center;verticalAlign=middle;resizable=0;points=[];" value="C6(K2)" vertex="1">
          <mxGeometry relative="1" x="-0.0077" y="2" as="geometry">
            <mxPoint as="offset" />
          </mxGeometry>
        </mxCell>
        <mxCell id="cc3s2YySv9t79K7tSXIm-128" edge="1" parent="1" source="cc3s2YySv9t79K7tSXIm-18" style="edgeStyle=orthogonalEdgeStyle;rounded=0;orthogonalLoop=1;jettySize=auto;html=1;entryX=0;entryY=0.5;entryDx=0;entryDy=0;startArrow=ERone;startFill=0;endArrow=ERzeroToMany;endFill=0;" target="cc3s2YySv9t79K7tSXIm-116">
          <mxGeometry relative="1" as="geometry">
            <Array as="points">
              <mxPoint x="1280" y="675" />
              <mxPoint x="1280" y="1145" />
            </Array>
          </mxGeometry>
        </mxCell>
        <mxCell id="cc3s2YySv9t79K7tSXIm-134" connectable="0" parent="cc3s2YySv9t79K7tSXIm-128" style="edgeLabel;html=1;align=center;verticalAlign=middle;resizable=0;points=[];" value="C4(K2)" vertex="1">
          <mxGeometry relative="1" x="-0.0695" y="-3" as="geometry">
            <mxPoint y="-1" as="offset" />
          </mxGeometry>
        </mxCell>
        <mxCell id="cc3s2YySv9t79K7tSXIm-129" edge="1" parent="1" source="cc3s2YySv9t79K7tSXIm-2" style="edgeStyle=orthogonalEdgeStyle;rounded=0;orthogonalLoop=1;jettySize=auto;html=1;entryX=1;entryY=0.5;entryDx=0;entryDy=0;endArrow=ERzeroToMany;endFill=0;startArrow=ERone;startFill=0;" target="cc3s2YySv9t79K7tSXIm-119">
          <mxGeometry relative="1" as="geometry" />
        </mxCell>
        <mxCell id="cc3s2YySv9t79K7tSXIm-132" connectable="0" parent="cc3s2YySv9t79K7tSXIm-129" style="edgeLabel;html=1;align=center;verticalAlign=middle;resizable=0;points=[];" value="C2(K1)" vertex="1">
          <mxGeometry relative="1" x="0.0023" y="3" as="geometry">
            <mxPoint as="offset" />
          </mxGeometry>
        </mxCell>
        <mxCell id="cc3s2YySv9t79K7tSXIm-130" edge="1" parent="1" source="cc3s2YySv9t79K7tSXIm-18" style="edgeStyle=orthogonalEdgeStyle;rounded=0;orthogonalLoop=1;jettySize=auto;html=1;entryX=0;entryY=0.5;entryDx=0;entryDy=0;startArrow=ERone;startFill=0;endArrow=ERzeroToMany;endFill=0;" target="cc3s2YySv9t79K7tSXIm-66">
          <mxGeometry relative="1" as="geometry">
            <Array as="points">
              <mxPoint x="1640" y="675" />
              <mxPoint x="1640" y="1030" />
            </Array>
          </mxGeometry>
        </mxCell>
        <mxCell id="cc3s2YySv9t79K7tSXIm-135" connectable="0" parent="cc3s2YySv9t79K7tSXIm-130" style="edgeLabel;html=1;align=center;verticalAlign=middle;resizable=0;points=[];" value="C5(K2)" vertex="1">
          <mxGeometry relative="1" x="0.057" y="4" as="geometry">
            <mxPoint as="offset" />
          </mxGeometry>
        </mxCell>
      </root>
    </mxGraphModel>
  </diagram>
</mxfile>
